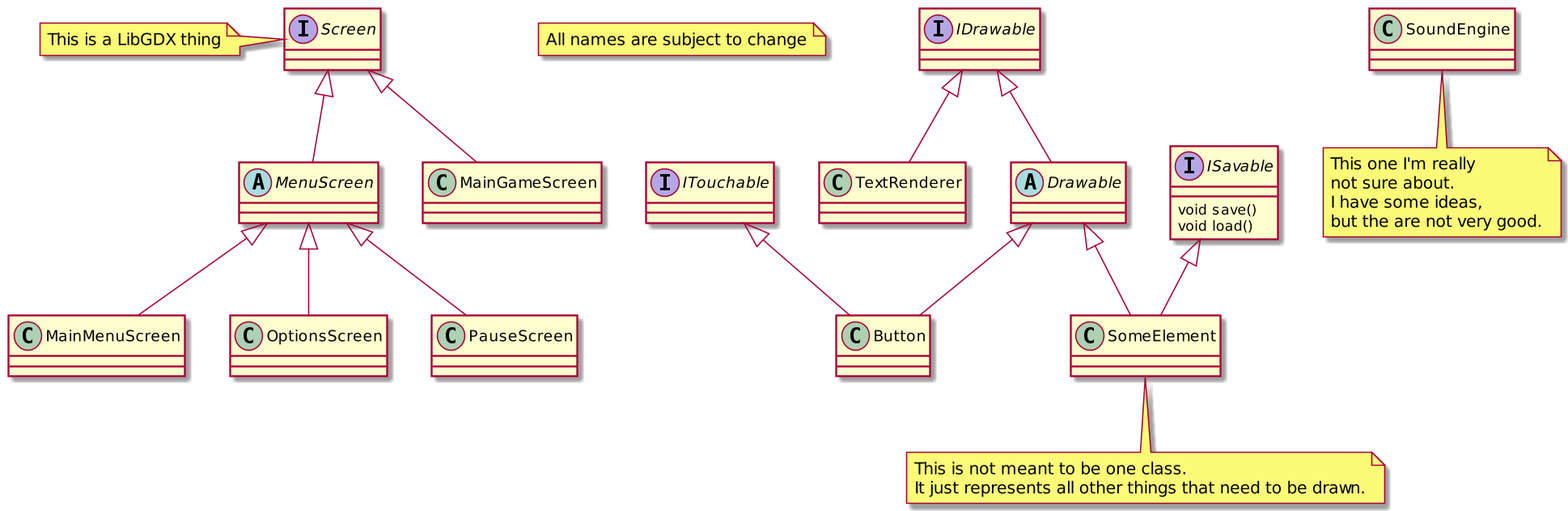
This is core/uml.png from tacticalhippopotamus/testing-app, a PlantUML export, as it was before one commit.
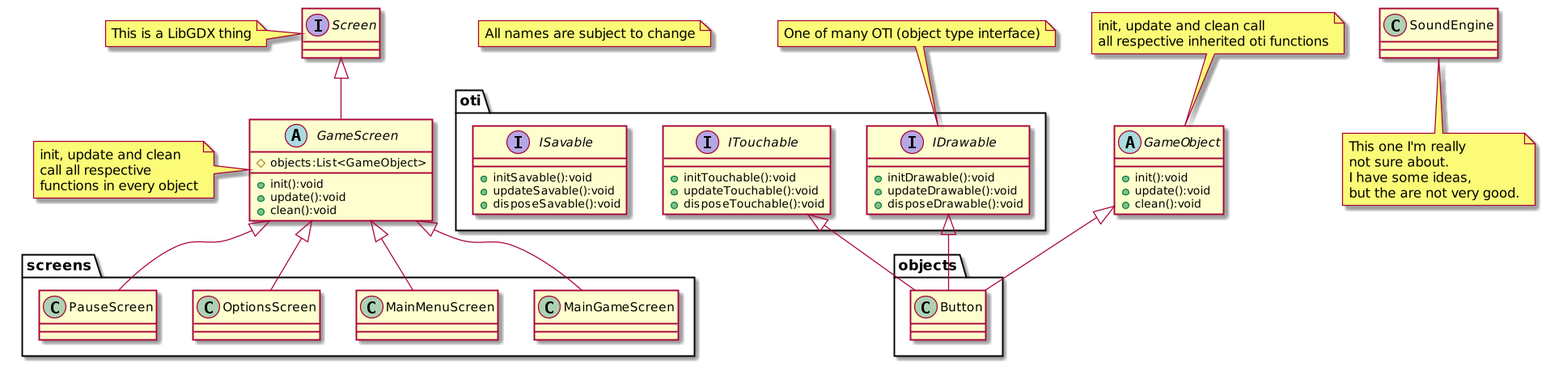
After the commit.

What changed in the source:
```diff
@@ -4,12 +4,37 @@
 
 note "All names are subject to change" as N
 
+
+package oti {
+    class IDrawable
+    class ITouchable
+    class ISavable
+}
+
+package screens {
+    class MainGameScreen
+    class MainMenuScreen
+    class OptionsScreen
+    class PauseScreen
+}
+
+package objects {
+    class Button
+}
+
+
 interface Screen {
 }
 note left: This is a LibGDX thing
 
-abstract MenuScreen {
+abstract GameScreen {
+    #objects:List<GameObject>
+
+    +init():void
+    +update():void
+    +clean():void
 }
+note left: init, update and clean\ncall all respective\nfunctions in every object
 
 class MainMenuScreen {
 }
@@ -24,27 +49,32 @@
 }
 
 interface IDrawable {
+    +initDrawable():void
+    +updateDrawable():void
+    +disposeDrawable():void
 }
+note top: One of many OTI (object type interface)
 
 interface ITouchable {
+    +initTouchable():void
+    +updateTouchable():void
+    +disposeTouchable():void
 }
 
 interface ISavable {
-    {method} void save()
-    {method} void load()
+    +initSavable():void
+    +updateSavable():void
+    +disposeSavable():void
 }
 
-abstract Drawable{
+abstract class GameObject {
+    +init():void
+    +update():void
+    +clean():void
 }
+note top: init, update and clean call\nall respective inherited oti functions
 
 class Button {
-}
-
-class SomeElement {
-}
-note bottom: This is not meant to be one class.\nIt just represents all other things that need to be drawn.
-
-class TextRenderer{
 }
 
 class SoundEngine{
@@ -52,23 +82,15 @@
 note bottom: This one I'm really\nnot sure about.\nI have some ideas,\nbut the are not very good.
 
 
-Screen <|-- MainGameScreen
-Screen <|-- MenuScreen
+Screen <|-- GameScreen
 
-MenuScreen <|-- MainMenuScreen
-MenuScreen <|-- PauseScreen
-MenuScreen <|-- OptionsScreen
+GameScreen <|-- MainMenuScreen
+GameScreen <|-- PauseScreen
+GameScreen <|-- OptionsScreen
+GameScreen <|-- MainGameScreen
 
-IDrawable <|-- Drawable
-IDrawable <|-- TextRenderer
-
+IDrawable <|-- Button
 ITouchable <|-- Button
-
-ISavable <|-- SomeElement
-
-Drawable <|-- Button
-Drawable <|-- SomeElement
-
-
+GameObject <|-- Button
 
 @enduml
```
